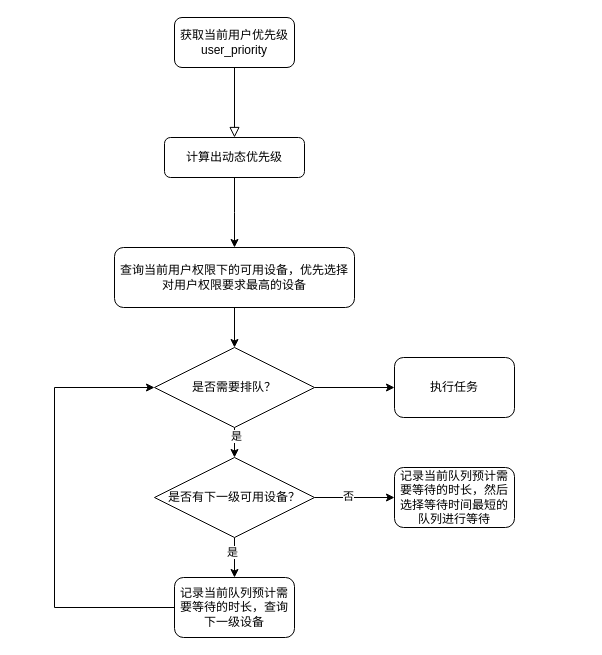
Earlier version of the draw.io diagram images/Untitled Diagram.drawio (Dortmund-Reus/testbd). Source tidied: cells renumbered, new cells numbered last; positions are measured from the earlier drawing's top-left corner, leaving out a move shared by most shapes. Both pictures are drawn from the tidied source at 100%, with x=0, y=0 at pixel (54, 17).
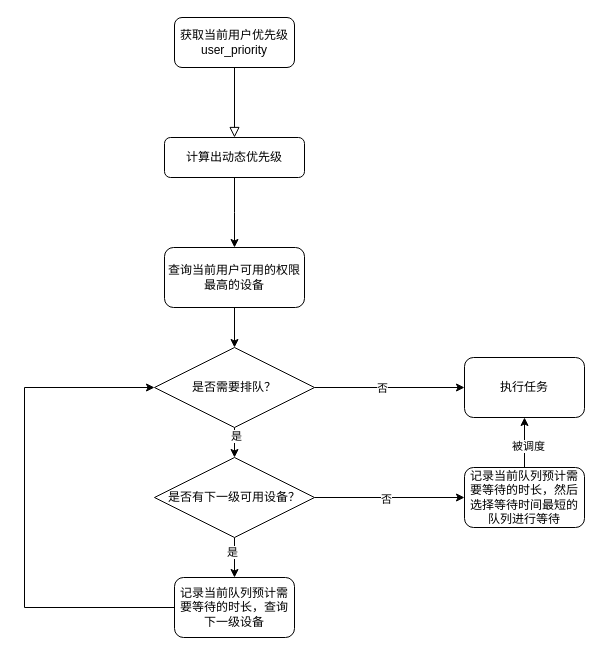
The same diagram, later.

Unchanged cells that the change refers to:
```xml
<mxCell id="10" style="edgeStyle=orthogonalEdgeStyle;rounded=0;jettySize=auto;html=1;exitX=1;exitY=0.5;exitDx=0;exitDy=0;entryX=0;entryY=0.5;entryDx=0;entryDy=0;" parent="1" edge="1" source="11" target="20">
  <mxGeometry relative="1" as="geometry" />
</mxCell>
<mxCell id="11" value="是否需要排队？" style="rhombus;whiteSpace=wrap;html=1;" parent="1" vertex="1">
  <mxGeometry x="100" y="330" width="160" height="80" as="geometry" />
</mxCell>
<mxCell id="14" style="edgeStyle=orthogonalEdgeStyle;rounded=0;jettySize=auto;html=1;" parent="1" edge="1" source="16" target="19">
  <mxGeometry relative="1" as="geometry" />
</mxCell>
<mxCell id="18" value="记录当前队列预计需要等待的时长，查询下一级设备" style="rounded=1;whiteSpace=wrap;html=1;" parent="1" vertex="1">
  <mxGeometry x="120" y="560" width="120" height="60" as="geometry" />
</mxCell>
```

Change to the diagram source:
```diff
@@
-    <mxCell id="7" value="查询当前用户权限下的可用设备，优先选择对用户权限要求最高的设备" style="rounded=1;whiteSpace=wrap;html=1;" parent="1" vertex="1">
-      <mxGeometry x="60" y="230" width="240" height="60" as="geometry" />
+    <mxCell id="7" value="查询当前用户可用的权限最高的设备" style="rounded=1;whiteSpace=wrap;html=1;" parent="1" vertex="1">
+      <mxGeometry x="110" y="230" width="140" height="60" as="geometry" />
     </mxCell>
@@
+    <mxCell id="21" value="否" style="edgeLabel;html=1;align=center;verticalAlign=middle;" parent="10" vertex="1">
+      <mxGeometry x="-0.11" relative="1" as="geometry" />
+    </mxCell>
@@
-    <mxCell id="15" value="否" style="edgeLabel;html=1;align=center;verticalAlign=middle;" parent="14" vertex="1">
-      <mxGeometry x="-0.17" y="2" relative="1" as="geometry" />
-    </mxCell>
+    <mxCell id="22" value="否" style="edgeLabel;html=1;align=center;verticalAlign=middle;" parent="14" vertex="1">
+      <mxGeometry x="-0.05" y="-1" relative="1" as="geometry" />
+    </mxCell>
@@
     <mxCell id="17" style="edgeStyle=orthogonalEdgeStyle;rounded=0;jettySize=auto;html=1;entryX=0;entryY=0.5;entryDx=0;entryDy=0;" parent="1" edge="1" source="18" target="11">
       <mxGeometry relative="1" as="geometry">
         <Array as="points">
-          <mxPoint y="590" />
-          <mxPoint y="370" />
+          <mxPoint x="-30" y="590" />
+          <mxPoint x="-30" y="370" />
         </Array>
       </mxGeometry>
     </mxCell>
@@
+    <mxCell id="23" style="edgeStyle=orthogonalEdgeStyle;rounded=0;jettySize=auto;html=1;entryX=0.5;entryY=1;entryDx=0;entryDy=0;" parent="1" edge="1" source="19" target="20">
+      <mxGeometry relative="1" as="geometry" />
+    </mxCell>
+    <mxCell id="24" value="被调度" style="edgeLabel;html=1;align=center;verticalAlign=middle;" parent="23" vertex="1">
+      <mxGeometry x="-0.12" y="-3" relative="1" as="geometry" />
+    </mxCell>
     <mxCell id="19" value="记录当前队列预计需要等待的时长，然后选择等待时间最短的队列进行等待" style="rounded=1;whiteSpace=wrap;html=1;" parent="1" vertex="1">
-      <mxGeometry x="340" y="450" width="120" height="60" as="geometry" />
+      <mxGeometry x="410" y="450" width="120" height="60" as="geometry" />
     </mxCell>
     <mxCell id="20" value="执行任务" style="rounded=1;whiteSpace=wrap;html=1;" parent="1" vertex="1">
-      <mxGeometry x="340" y="340" width="120" height="60" as="geometry" />
+      <mxGeometry x="410" y="340" width="120" height="60" as="geometry" />
     </mxCell>
```
